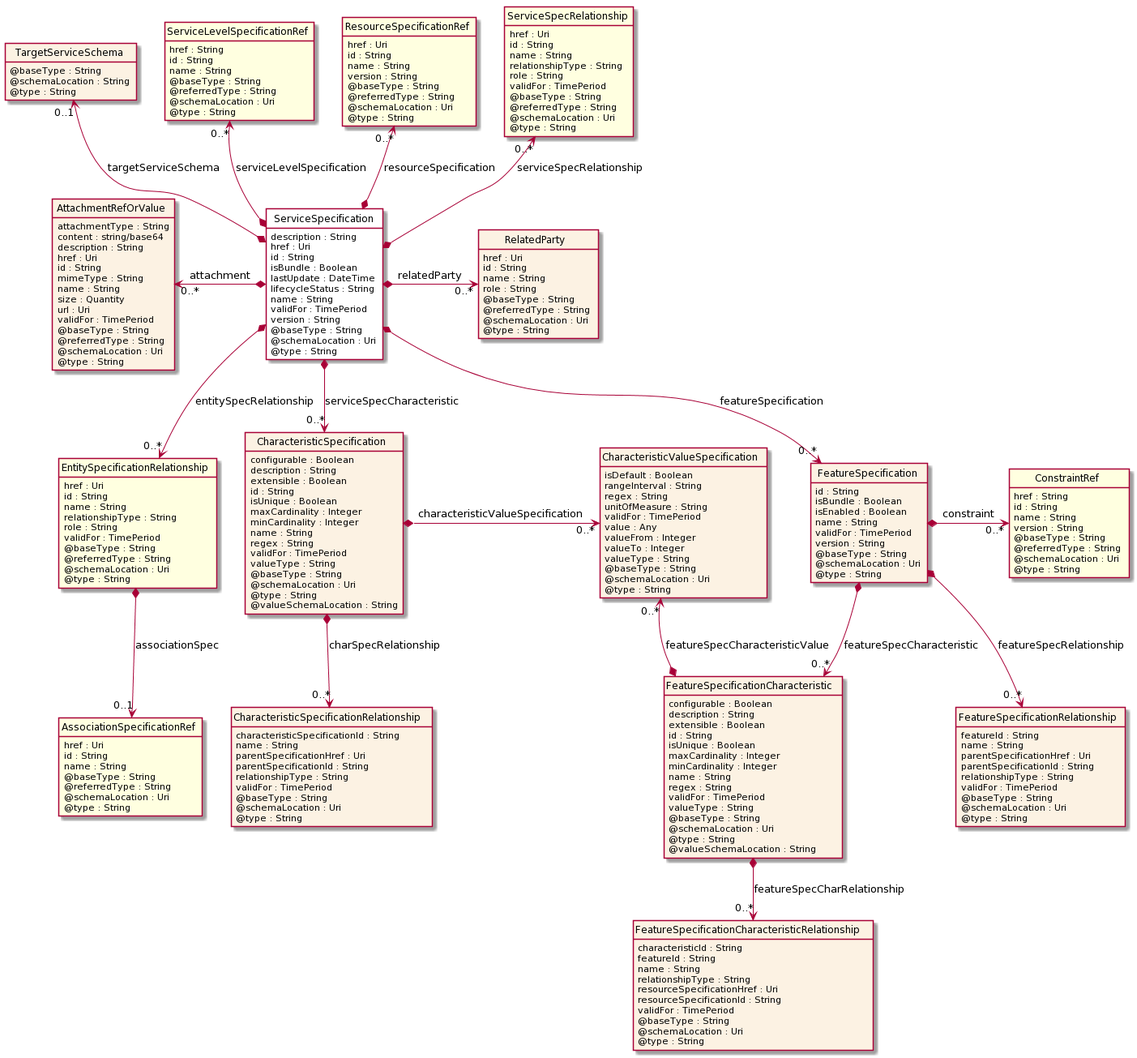
tmforum-apis/Open_Api_And_Data_Model keeps this PlantUML diagram as apis/TMF633_Service_Catalog/documentation/diagrams/Resource_ServiceSpecification.png. Above is the earlier version. Its diagram source:
```plantuml
@startuml
hide circle
hide methods
hide stereotype
show <<Enumeration>> stereotype
skinparam class {
   BackgroundColor<<Enumeration>> #E6F5F7
   BackgroundColor<<Ref>> #FFFFE0
   BackgroundColor<<Pivot>> #FFFFFFF
   BackgroundColor #FCF2E3
}

class ServiceSpecification  <<Pivot>> {
    description : String
    href : Uri
    id : String
    isBundle : Boolean
    lastUpdate : DateTime
    lifecycleStatus : String
    name : String
    validFor : TimePeriod
    version : String
    @baseType : String
    @schemaLocation : Uri
    @type : String
}

class TargetServiceSchema  {
    @baseType : String
    @schemaLocation : String
    @type : String
}

class ServiceLevelSpecificationRef  <<Ref>> {
    href : String
    id : String
    name : String
    @baseType : String
    @referredType : String
    @schemaLocation : Uri
    @type : String
}

class ResourceSpecificationRef  <<Ref>> {
    href : Uri
    id : String
    name : String
    version : String
    @baseType : String
    @referredType : String
    @schemaLocation : Uri
    @type : String
}

class EntitySpecificationRelationship  <<Ref>> {
    href : Uri
    id : String
    name : String
    relationshipType : String
    role : String
    validFor : TimePeriod
    @baseType : String
    @referredType : String
    @schemaLocation : Uri
    @type : String
}

class AssociationSpecificationRef  <<Ref>> {
    href : Uri
    id : String
    name : String
    @baseType : String
    @referredType : String
    @schemaLocation : Uri
    @type : String
}

class RelatedParty  {
    href : Uri
    id : String
    name : String
    role : String
    @baseType : String
    @referredType : String
    @schemaLocation : Uri
    @type : String
}

class FeatureSpecification  {
    id : String
    isBundle : Boolean
    isEnabled : Boolean
    name : String
    validFor : TimePeriod
    version : String
    @baseType : String
    @schemaLocation : Uri
    @type : String
}

class FeatureSpecificationRelationship  {
    featureId : String
    name : String
    parentSpecificationHref : Uri
    parentSpecificationId : String
    relationshipType : String
    validFor : TimePeriod
    @baseType : String
    @schemaLocation : Uri
    @type : String
}

class ConstraintRef  <<Ref>> {
    href : String
    id : String
    name : String
    version : String
    @baseType : String
    @referredType : String
    @schemaLocation : Uri
    @type : String
}

class FeatureSpecificationCharacteristic  {
    configurable : Boolean
    description : String
    extensible : Boolean
    id : String
    isUnique : Boolean
    maxCardinality : Integer
    minCardinality : Integer
    name : String
    regex : String
    validFor : TimePeriod
    valueType : String
    @baseType : String
    @schemaLocation : Uri
    @type : String
    @valueSchemaLocation : String
}

class CharacteristicValueSpecification  {
    isDefault : Boolean
    rangeInterval : String
    regex : String
    unitOfMeasure : String
    validFor : TimePeriod
    value : Any
    valueFrom : Integer
    valueTo : Integer
    valueType : String
    @baseType : String
    @schemaLocation : Uri
    @type : String
}

class FeatureSpecificationCharacteristicRelationship  {
    characteristicId : String
    featureId : String
    name : String
    relationshipType : String
    resourceSpecificationHref : Uri
    resourceSpecificationId : String
    validFor : TimePeriod
    @baseType : String
    @schemaLocation : Uri
    @type : String
}

class AttachmentRefOrValue  {
    attachmentType : String
    content : string/base64
    description : String
    href : Uri
    id : String
    mimeType : String
    name : String
    size : Quantity
    url : Uri
    validFor : TimePeriod
    @baseType : String
    @referredType : String
    @schemaLocation : Uri
    @type : String
}

class CharacteristicSpecification  {
    configurable : Boolean
    description : String
    extensible : Boolean
    id : String
    isUnique : Boolean
    maxCardinality : Integer
    minCardinality : Integer
    name : String
    regex : String
    validFor : TimePeriod
    valueType : String
    @baseType : String
    @schemaLocation : Uri
    @type : String
    @valueSchemaLocation : String
}

class CharacteristicSpecificationRelationship  {
    characteristicSpecificationId : String
    name : String
    parentSpecificationHref : Uri
    parentSpecificationId : String
    relationshipType : String
    validFor : TimePeriod
    @baseType : String
    @schemaLocation : Uri
    @type : String
}

class ServiceSpecRelationship  <<Ref>> {
    href : Uri
    id : String
    name : String
    relationshipType : String
    role : String
    validFor : TimePeriod
    @baseType : String
    @referredType : String
    @schemaLocation : Uri
    @type : String
}

ServiceSpecification *-->  "0..*" CharacteristicSpecification : serviceSpecCharacteristic

ServiceSpecification *-->  "0..*" FeatureSpecification : featureSpecification

FeatureSpecification *-->  "0..*" FeatureSpecificationCharacteristic : featureSpecCharacteristic

CharacteristicValueSpecification "0..*" <--* FeatureSpecificationCharacteristic : featureSpecCharacteristicValue

CharacteristicSpecification *-right-> "0..*" CharacteristicValueSpecification : characteristicValueSpecification

AttachmentRefOrValue "0..*" <-left-* ServiceSpecification : attachment

ServiceSpecification *-right-> "0..*" RelatedParty : relatedParty

TargetServiceSchema "0..1" <--* ServiceSpecification : targetServiceSchema

ResourceSpecificationRef "0..*" <--* ServiceSpecification : resourceSpecification

ServiceSpecRelationship "0..*" <--* ServiceSpecification : serviceSpecRelationship

ServiceLevelSpecificationRef "0..*" <--* ServiceSpecification : serviceLevelSpecification

ServiceSpecification *-->  "0..*" EntitySpecificationRelationship : entitySpecRelationship

EntitySpecificationRelationship -right[hidden]-> CharacteristicSpecification

FeatureSpecification *-right-> "0..*" ConstraintRef : constraint

FeatureSpecification *-->  "0..*" FeatureSpecificationRelationship : featureSpecRelationship

FeatureSpecificationCharacteristic *-->  "0..*" FeatureSpecificationCharacteristicRelationship : featureSpecCharRelationship

CharacteristicSpecification *-->  "0..*" CharacteristicSpecificationRelationship : charSpecRelationship

EntitySpecificationRelationship *-->  "0..1" AssociationSpecificationRef : associationSpec

@enduml
```
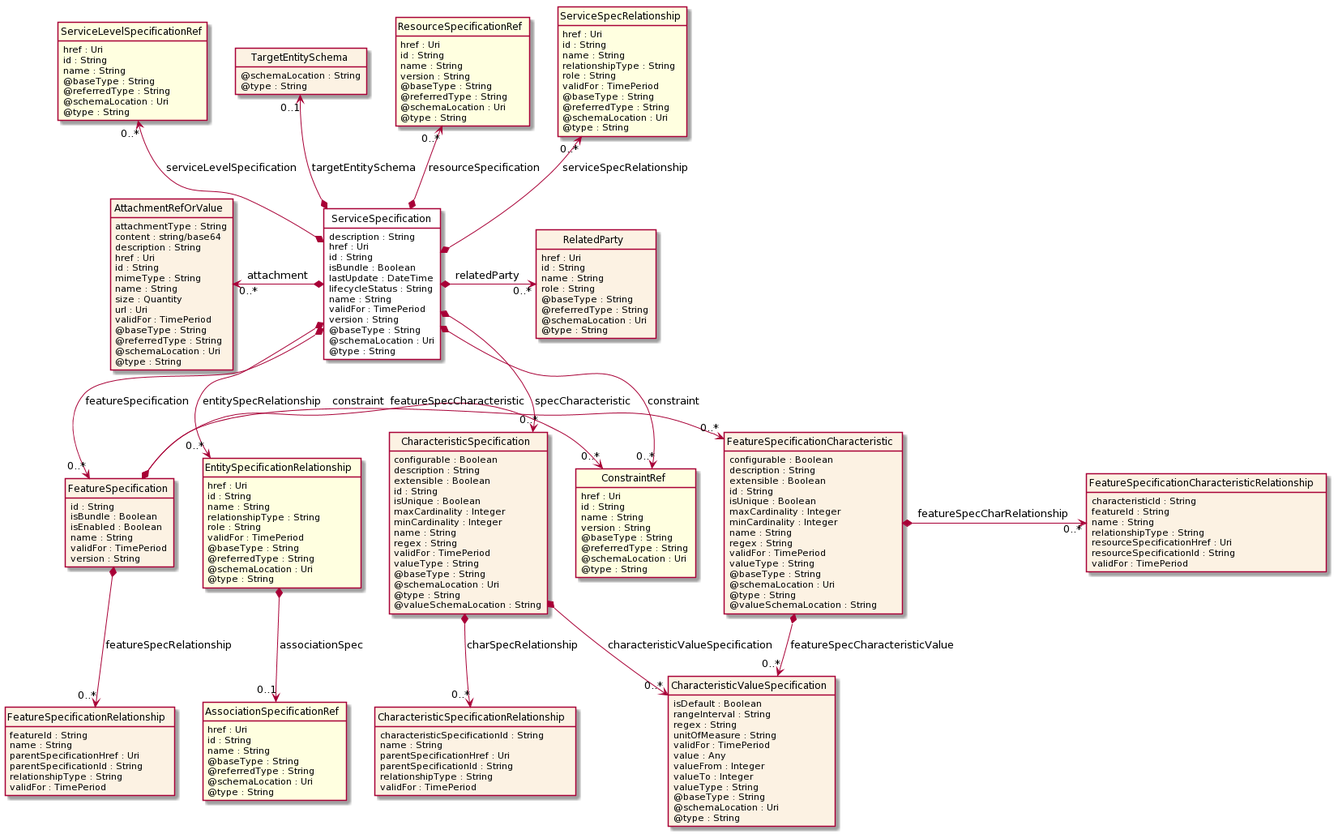
Above is the later version.

What changed in the source:
```diff
@@ -25,19 +25,18 @@
     @type : String
 }
 
-class TargetServiceSchema  {
-    @baseType : String
-    @schemaLocation : String
-    @type : String
-}
-
 class ServiceLevelSpecificationRef  <<Ref>> {
-    href : String
+    href : Uri
     id : String
     name : String
     @baseType : String
     @referredType : String
     @schemaLocation : Uri
+    @type : String
+}
+
+class TargetEntitySchema  {
+    @schemaLocation : String
     @type : String
 }
 
@@ -48,6 +47,48 @@
     version : String
     @baseType : String
     @referredType : String
+    @schemaLocation : Uri
+    @type : String
+}
+
+class CharacteristicSpecification  {
+    configurable : Boolean
+    description : String
+    extensible : Boolean
+    id : String
+    isUnique : Boolean
+    maxCardinality : Integer
+    minCardinality : Integer
+    name : String
+    regex : String
+    validFor : TimePeriod
+    valueType : String
+    @baseType : String
+    @schemaLocation : Uri
+    @type : String
+    @valueSchemaLocation : String
+}
+
+class CharacteristicSpecificationRelationship  {
+    characteristicSpecificationId : String
+    name : String
+    parentSpecificationHref : Uri
+    parentSpecificationId : String
+    relationshipType : String
+    validFor : TimePeriod
+}
+
+class CharacteristicValueSpecification  {
+    isDefault : Boolean
+    rangeInterval : String
+    regex : String
+    unitOfMeasure : String
+    validFor : TimePeriod
+    value : Any
+    valueFrom : Integer
+    valueTo : Integer
+    valueType : String
+    @baseType : String
     @schemaLocation : Uri
     @type : String
 }
@@ -93,9 +134,6 @@
     name : String
     validFor : TimePeriod
     version : String
-    @baseType : String
-    @schemaLocation : Uri
-    @type : String
 }
 
 class FeatureSpecificationRelationship  {
@@ -105,13 +143,10 @@
     parentSpecificationId : String
     relationshipType : String
     validFor : TimePeriod
-    @baseType : String
-    @schemaLocation : Uri
-    @type : String
 }
 
 class ConstraintRef  <<Ref>> {
-    href : String
+    href : Uri
     id : String
     name : String
     version : String
@@ -139,21 +174,6 @@
     @valueSchemaLocation : String
 }
 
-class CharacteristicValueSpecification  {
-    isDefault : Boolean
-    rangeInterval : String
-    regex : String
-    unitOfMeasure : String
-    validFor : TimePeriod
-    value : Any
-    valueFrom : Integer
-    valueTo : Integer
-    valueType : String
-    @baseType : String
-    @schemaLocation : Uri
-    @type : String
-}
-
 class FeatureSpecificationCharacteristicRelationship  {
     characteristicId : String
     featureId : String
@@ -162,9 +182,6 @@
     resourceSpecificationHref : Uri
     resourceSpecificationId : String
     validFor : TimePeriod
-    @baseType : String
-    @schemaLocation : Uri
-    @type : String
 }
 
 class AttachmentRefOrValue  {
@@ -184,36 +201,6 @@
     @type : String
 }
 
-class CharacteristicSpecification  {
-    configurable : Boolean
-    description : String
-    extensible : Boolean
-    id : String
-    isUnique : Boolean
-    maxCardinality : Integer
-    minCardinality : Integer
-    name : String
-    regex : String
-    validFor : TimePeriod
-    valueType : String
-    @baseType : String
-    @schemaLocation : Uri
-    @type : String
-    @valueSchemaLocation : String
-}
-
-class CharacteristicSpecificationRelationship  {
-    characteristicSpecificationId : String
-    name : String
-    parentSpecificationHref : Uri
-    parentSpecificationId : String
-    relationshipType : String
-    validFor : TimePeriod
-    @baseType : String
-    @schemaLocation : Uri
-    @type : String
-}
-
 class ServiceSpecRelationship  <<Ref>> {
     href : Uri
     id : String
@@ -227,21 +214,25 @@
     @type : String
 }
 
-ServiceSpecification *-->  "0..*" CharacteristicSpecification : serviceSpecCharacteristic
+ServiceSpecification *-->  "0..*" ConstraintRef : constraint
+
+ServiceSpecification *-->  "0..*" CharacteristicSpecification : specCharacteristic
 
 ServiceSpecification *-->  "0..*" FeatureSpecification : featureSpecification
 
-FeatureSpecification *-->  "0..*" FeatureSpecificationCharacteristic : featureSpecCharacteristic
+CharacteristicSpecification *-->  "0..*" CharacteristicValueSpecification : characteristicValueSpecification
 
-CharacteristicValueSpecification "0..*" <--* FeatureSpecificationCharacteristic : featureSpecCharacteristicValue
+FeatureSpecification *-right-> "0..*" ConstraintRef : constraint
 
-CharacteristicSpecification *-right-> "0..*" CharacteristicValueSpecification : characteristicValueSpecification
+FeatureSpecification *-right-> "0..*" FeatureSpecificationCharacteristic : featureSpecCharacteristic
+
+FeatureSpecificationCharacteristic *-->  "0..*" CharacteristicValueSpecification : featureSpecCharacteristicValue
 
 AttachmentRefOrValue "0..*" <-left-* ServiceSpecification : attachment
 
 ServiceSpecification *-right-> "0..*" RelatedParty : relatedParty
 
-TargetServiceSchema "0..1" <--* ServiceSpecification : targetServiceSchema
+TargetEntitySchema "0..1" <--* ServiceSpecification : targetEntitySchema
 
 ResourceSpecificationRef "0..*" <--* ServiceSpecification : resourceSpecification
 
@@ -251,15 +242,13 @@
 
 ServiceSpecification *-->  "0..*" EntitySpecificationRelationship : entitySpecRelationship
 
-EntitySpecificationRelationship -right[hidden]-> CharacteristicSpecification
-
-FeatureSpecification *-right-> "0..*" ConstraintRef : constraint
+ConstraintRef <-left[hidden]- EntitySpecificationRelationship
 
 FeatureSpecification *-->  "0..*" FeatureSpecificationRelationship : featureSpecRelationship
 
-FeatureSpecificationCharacteristic *-->  "0..*" FeatureSpecificationCharacteristicRelationship : featureSpecCharRelationship
+CharacteristicSpecification *-->  "0..*" CharacteristicSpecificationRelationship : charSpecRelationship
 
-CharacteristicSpecification *-->  "0..*" CharacteristicSpecificationRelationship : charSpecRelationship
+FeatureSpecificationCharacteristic *-right-> "0..*" FeatureSpecificationCharacteristicRelationship : featureSpecCharRelationship
 
 EntitySpecificationRelationship *-->  "0..1" AssociationSpecificationRef : associationSpec
 
```
